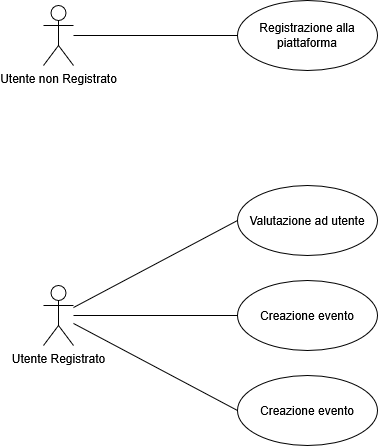
Before: use_diagram.drawio.png, a diagram exported from draw.io (alexbnls/progetto-is). Source tidied: cells renumbered, new cells last; positions are measured from the earlier drawing's top-left corner, leaving out a move shared by most shapes. Source of this version:
```xml
<mxGraphModel>
  <root>
    <mxCell id="0" />
    <mxCell id="1" parent="0" />
    <mxCell id="2" value="Registrazione alla piattaforma" style="ellipse;whiteSpace=wrap;html=1;" parent="1" vertex="1">
      <mxGeometry x="194" width="140" height="70" as="geometry" />
    </mxCell>
    <mxCell id="3" style="edgeStyle=orthogonalEdgeStyle;rounded=0;jettySize=auto;html=1;endArrow=none;endFill=0;" parent="1" edge="1" source="4" target="2">
      <mxGeometry relative="1" as="geometry" />
    </mxCell>
    <mxCell id="4" value="Utente non Registrato" style="shape=umlActor;verticalLabelPosition=bottom;verticalAlign=top;html=1;" parent="1" vertex="1">
      <mxGeometry y="5" width="30" height="60" as="geometry" />
    </mxCell>
    <mxCell id="5" style="rounded=0;jettySize=auto;html=1;endArrow=none;endFill=0;entryX=0;entryY=0.5;entryDx=0;entryDy=0;" parent="1" edge="1" source="8" target="9">
      <mxGeometry relative="1" as="geometry" />
    </mxCell>
    <mxCell id="6" style="rounded=0;jettySize=auto;html=1;entryX=0;entryY=0.5;entryDx=0;entryDy=0;endArrow=none;endFill=0;" parent="1" edge="1" source="8" target="10">
      <mxGeometry relative="1" as="geometry" />
    </mxCell>
    <mxCell id="7" style="rounded=0;jettySize=auto;html=1;entryX=0;entryY=0.5;entryDx=0;entryDy=0;endArrow=none;endFill=0;" parent="1" edge="1" source="8" target="11">
      <mxGeometry relative="1" as="geometry" />
    </mxCell>
    <mxCell id="8" value="Utente Registrato" style="shape=umlActor;verticalLabelPosition=bottom;verticalAlign=top;html=1;" parent="1" vertex="1">
      <mxGeometry y="285" width="30" height="60" as="geometry" />
    </mxCell>
    <mxCell id="9" value="Valutazione ad utente" style="ellipse;whiteSpace=wrap;html=1;" parent="1" vertex="1">
      <mxGeometry x="194" y="185" width="140" height="70" as="geometry" />
    </mxCell>
    <mxCell id="10" value="Creazione evento" style="ellipse;whiteSpace=wrap;html=1;" parent="1" vertex="1">
      <mxGeometry x="194" y="280" width="140" height="70" as="geometry" />
    </mxCell>
    <mxCell id="11" value="Creazione evento" style="ellipse;whiteSpace=wrap;html=1;" parent="1" vertex="1">
      <mxGeometry x="194" y="375" width="140" height="70" as="geometry" />
    </mxCell>
  </root>
</mxGraphModel>
```
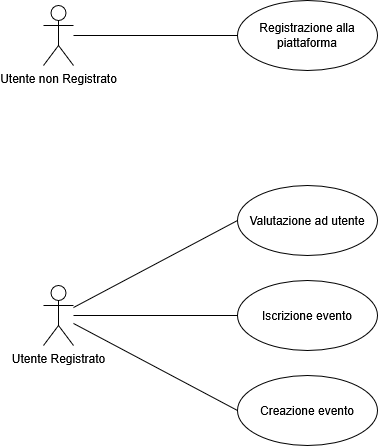
The same diagram one commit later.

The edit, as a diff of the source:
```diff
@@ -26,7 +26,7 @@
     <mxCell id="9" value="Valutazione ad utente" style="ellipse;whiteSpace=wrap;html=1;" parent="1" vertex="1">
       <mxGeometry x="194" y="185" width="140" height="70" as="geometry" />
     </mxCell>
-    <mxCell id="10" value="Creazione evento" style="ellipse;whiteSpace=wrap;html=1;" parent="1" vertex="1">
+    <mxCell id="10" value="Iscrizione evento" style="ellipse;whiteSpace=wrap;html=1;" parent="1" vertex="1">
       <mxGeometry x="194" y="280" width="140" height="70" as="geometry" />
     </mxCell>
     <mxCell id="11" value="Creazione evento" style="ellipse;whiteSpace=wrap;html=1;" parent="1" vertex="1">
```
